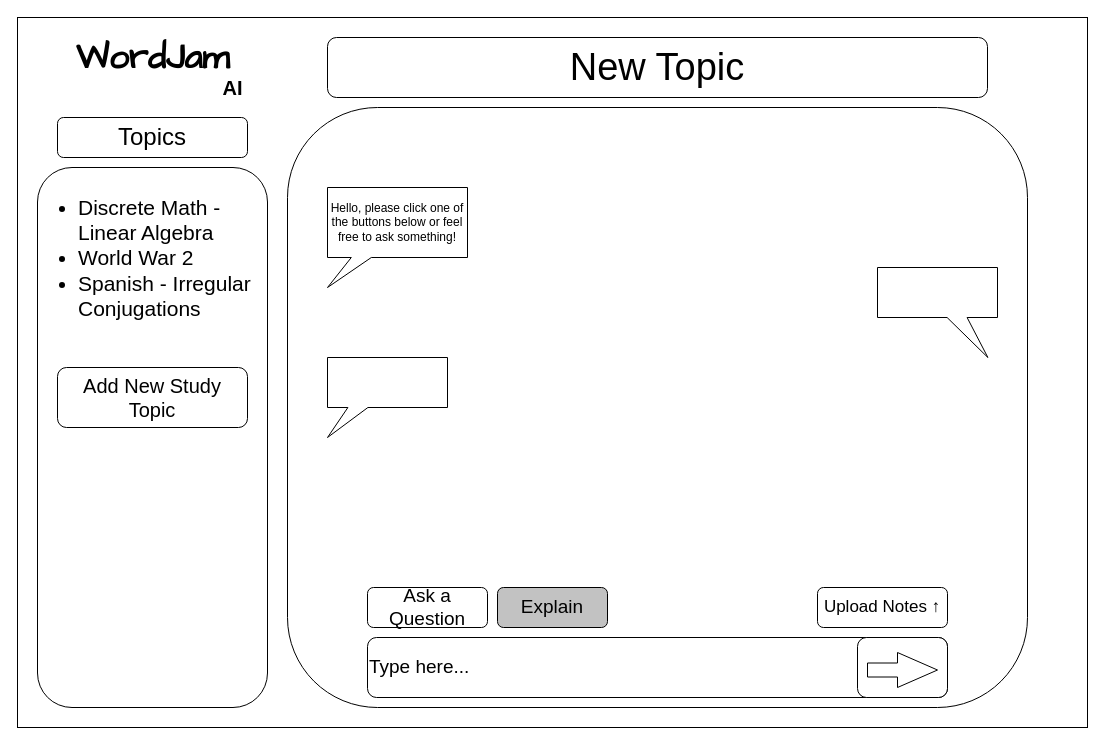
Above: page "New Topic - 1" (3 of 20) of 460prototype.drawio in mmeiser19/cpsc460 (draw.io), before the change. Source tidied: cells renumbered, new cells numbered last; positions are measured from the earlier drawing's top-left corner, leaving out a move shared by most shapes. Both pictures are drawn from the tidied source at 100%, with x=0, y=0 at pixel (17, 17).
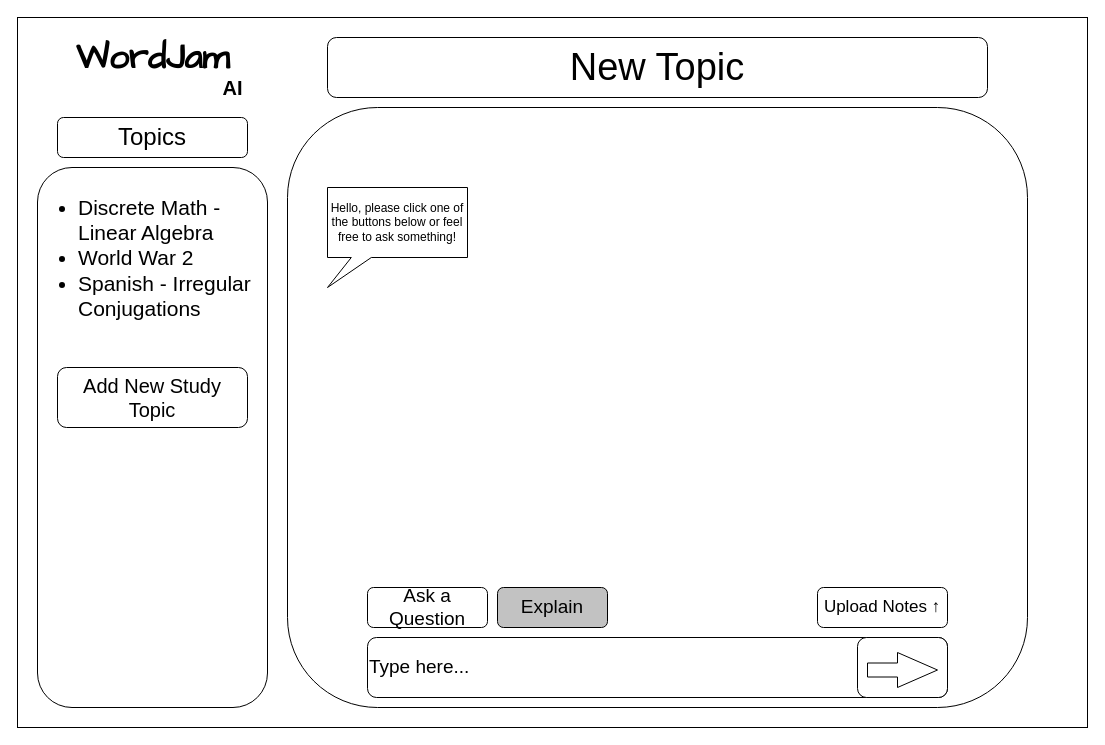
The same page after the edit.

Diff of the diagram source:
```diff
@@
 <mxGraphModel>
   <root>
     <mxCell id="0" />
     <mxCell id="1" parent="0" />
     <mxCell id="2" style="rounded=0;whiteSpace=wrap;html=1;" parent="1" vertex="1">
       <mxGeometry width="1070" height="710" as="geometry" />
     </mxCell>
     <mxCell id="3" value="&lt;span style=&quot;font-size: 38px;&quot;&gt;New Topic&lt;br&gt;&lt;/span&gt;" style="rounded=1;whiteSpace=wrap;html=1;" parent="1" vertex="1">
       <mxGeometry x="310" y="20" width="660" height="60" as="geometry" />
     </mxCell>
     <mxCell id="4" value="&lt;span style=&quot;font-size: 24px;&quot;&gt;Topics&lt;/span&gt;" style="rounded=1;whiteSpace=wrap;html=1;" parent="1" vertex="1">
       <mxGeometry x="40" y="100" width="190" height="40" as="geometry" />
     </mxCell>
     <mxCell id="5" style="rounded=1;whiteSpace=wrap;html=1;" parent="1" vertex="1">
       <mxGeometry x="270" y="90" width="740" height="600" as="geometry" />
     </mxCell>
     <mxCell id="6" value="&lt;font style=&quot;font-size: 19px;&quot;&gt;Type here...&lt;/font&gt;" style="rounded=1;whiteSpace=wrap;html=1;align=left;" parent="1" vertex="1">
       <mxGeometry x="350" y="620" width="580" height="60" as="geometry" />
     </mxCell>
     <mxCell id="7" value="&lt;ul style=&quot;font-size: 21px;&quot;&gt;&lt;li style=&quot;text-align: left;&quot;&gt;&lt;span style=&quot;background-color: initial;&quot;&gt;Discrete Math - Linear Algebra&lt;br&gt;&lt;/span&gt;&lt;/li&gt;&lt;li style=&quot;text-align: left;&quot;&gt;&lt;span style=&quot;background-color: initial;&quot;&gt;World War 2&lt;/span&gt;&lt;/li&gt;&lt;li style=&quot;text-align: left;&quot;&gt;&lt;span style=&quot;background-color: initial;&quot;&gt;Spanish - Irregular Conjugations&lt;/span&gt;&lt;/li&gt;&lt;/ul&gt;" style="rounded=1;whiteSpace=wrap;html=1;verticalAlign=top;" parent="1" vertex="1">
       <mxGeometry x="20" y="150" width="230" height="540" as="geometry" />
     </mxCell>
     <mxCell id="8" value="&lt;font style=&quot;font-size: 19px;&quot;&gt;Ask a Question&lt;/font&gt;" style="rounded=1;whiteSpace=wrap;html=1;" parent="1" vertex="1">
       <mxGeometry x="350" y="570" width="120" height="40" as="geometry" />
     </mxCell>
     <mxCell id="9" value="&lt;font style=&quot;font-size: 19px;&quot;&gt;Explain&lt;/font&gt;" style="rounded=1;whiteSpace=wrap;html=1;fillColor=#C2C2C2;" parent="1" vertex="1">
       <mxGeometry x="480" y="570" width="110" height="40" as="geometry" />
     </mxCell>
     <mxCell id="10" value="&lt;font style=&quot;font-size: 17px;&quot;&gt;Upload Notes ↑&lt;br&gt;&lt;/font&gt;" style="rounded=1;whiteSpace=wrap;html=1;" parent="1" vertex="1">
       <mxGeometry x="800" y="570" width="130" height="40" as="geometry" />
     </mxCell>
-    <mxCell id="11" style="shape=callout;whiteSpace=wrap;html=1;perimeter=calloutPerimeter;size=30;position=0.17;position2=0;" parent="1" vertex="1">
-      <mxGeometry x="310" y="340" width="120" height="80" as="geometry" />
-    </mxCell>
     <mxCell id="12" value="Hello, please click one of the buttons below or feel free to ask something!" style="shape=callout;whiteSpace=wrap;html=1;perimeter=calloutPerimeter;size=30;position=0.17;position2=0;" parent="1" vertex="1">
       <mxGeometry x="310" y="170" width="140" height="100" as="geometry" />
     </mxCell>
-    <mxCell id="13" style="shape=callout;whiteSpace=wrap;html=1;perimeter=calloutPerimeter;size=40;position=0.58;position2=0.92;base=20;" parent="1" vertex="1">
-      <mxGeometry x="860" y="250" width="120" height="90" as="geometry" />
-    </mxCell>
     <mxCell id="14" value="&lt;font style=&quot;font-size: 20px;&quot;&gt;Add New Study Topic&lt;/font&gt;" style="rounded=1;whiteSpace=wrap;html=1;" parent="1" vertex="1">
       <mxGeometry x="40" y="350" width="190" height="60" as="geometry" />
     </mxCell>
     <mxCell id="15" style="rounded=1;whiteSpace=wrap;html=1;" parent="1" vertex="1">
       <mxGeometry x="840" y="620" width="90" height="60" as="geometry" />
     </mxCell>
     <mxCell id="16" style="html=1;shadow=0;dashed=0;align=center;verticalAlign=middle;shape=mxgraph.arrows2.arrow;dy=0.6;dx=40;notch=0;" parent="1" vertex="1">
       <mxGeometry x="850" y="635" width="70" height="35" as="geometry" />
     </mxCell>
     <mxCell id="17" value="&lt;font size=&quot;1&quot; face=&quot;Comic Sans MS&quot;&gt;&lt;b style=&quot;font-size: 35px;&quot;&gt;WordJam&lt;/b&gt;&lt;/font&gt;" style="text;html=1;align=center;verticalAlign=middle;strokeColor=none;fillColor=none;" parent="1" vertex="1">
       <mxGeometry x="40" y="10" width="190" height="60" as="geometry" />
     </mxCell>
     <mxCell id="18" value="&lt;b&gt;&lt;font style=&quot;font-size: 20px;&quot;&gt;AI&lt;/font&gt;&lt;/b&gt;" style="text;html=1;align=center;verticalAlign=middle;strokeColor=none;fillColor=none;" parent="1" vertex="1">
       <mxGeometry x="195" y="50" width="40" height="40" as="geometry" />
     </mxCell>
   </root>
 </mxGraphModel>
```
